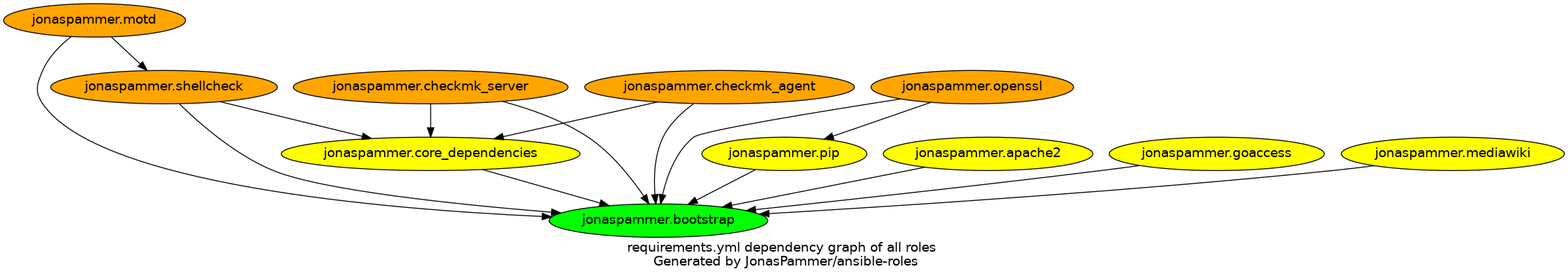
Earlier version of the Graphviz export graphs/dependencies_ALL.png (JonasPammer/ansible-roles). Its source is kept beside it as graphs/dependencies_ALL.dot.
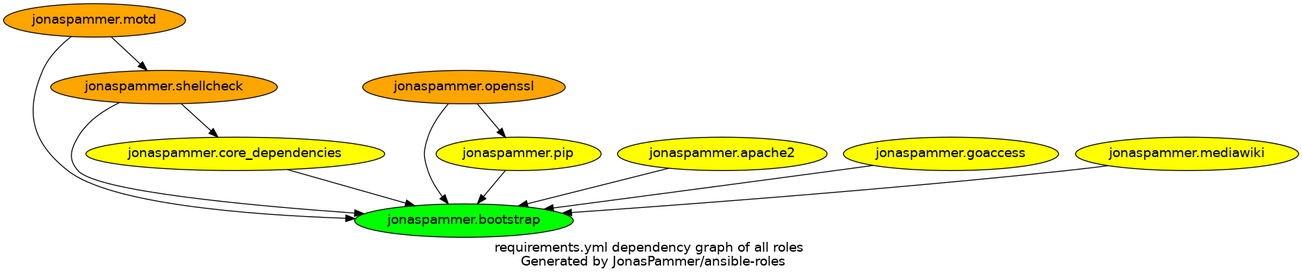
The same file after the commit.

What changed in the source:
```diff
@@ -6,8 +6,6 @@
     "jonaspammer.core_dependencies" [fillcolor=yellow style=filled]
     "jonaspammer.pip" [fillcolor=yellow style=filled]
     "jonaspammer.shellcheck" [fillcolor=orange style=filled]
-    "jonaspammer.checkmk_server" [fillcolor=orange style=filled]
-    "jonaspammer.checkmk_agent" [fillcolor=orange style=filled]
     "jonaspammer.motd" [fillcolor=orange style=filled]
     "jonaspammer.apache2" [fillcolor=yellow style=filled]
     "jonaspammer.openssl" [fillcolor=orange style=filled]
@@ -19,8 +17,6 @@
   "jonaspammer.core_dependencies" -> {"jonaspammer.bootstrap"}
   "jonaspammer.pip" -> {"jonaspammer.bootstrap"}
   "jonaspammer.shellcheck" -> {"jonaspammer.bootstrap" "jonaspammer.core_dependencies"}
-  "jonaspammer.checkmk_server" -> {"jonaspammer.bootstrap" "jonaspammer.core_dependencies"}
-  "jonaspammer.checkmk_agent" -> {"jonaspammer.bootstrap" "jonaspammer.core_dependencies"}
   "jonaspammer.motd" -> {"jonaspammer.bootstrap" "jonaspammer.shellcheck"}
   "jonaspammer.apache2" -> {"jonaspammer.bootstrap"}
   "jonaspammer.openssl" -> {"jonaspammer.pip" "jonaspammer.bootstrap"}
```
